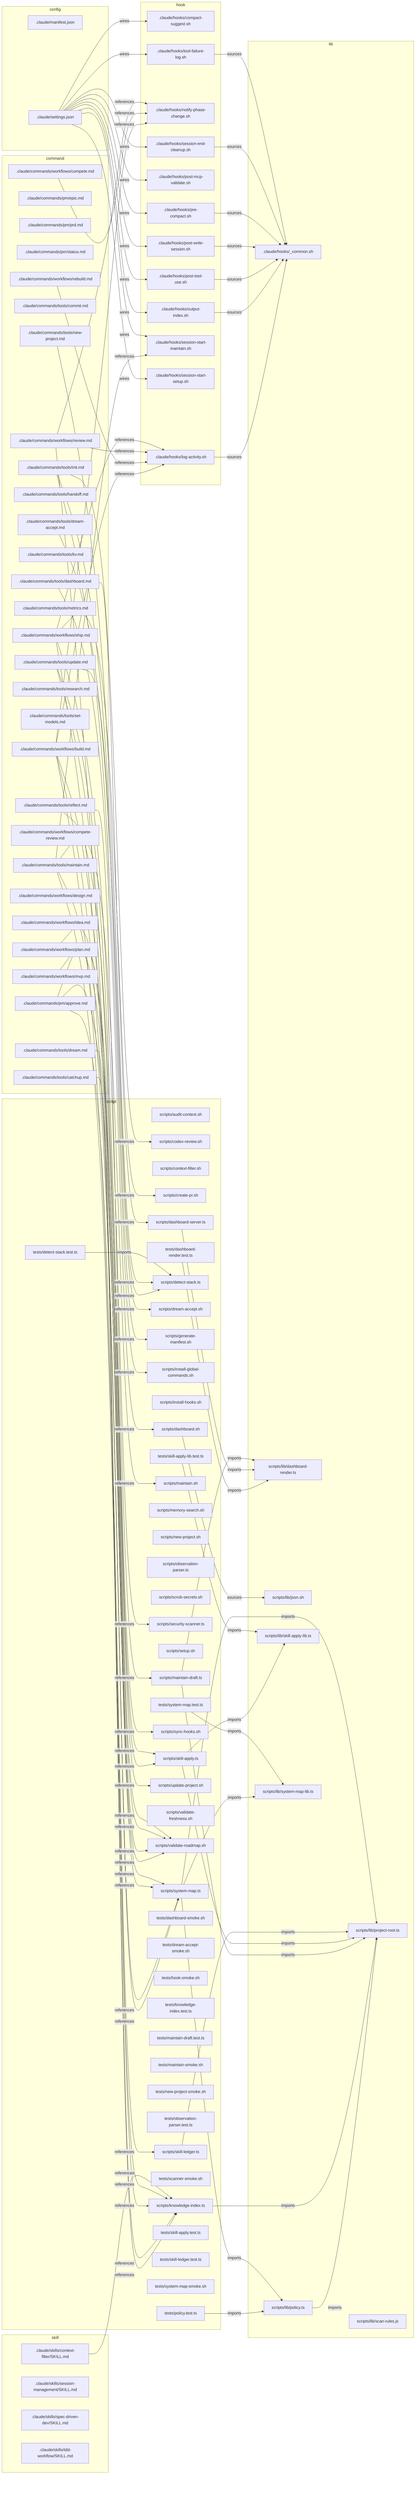
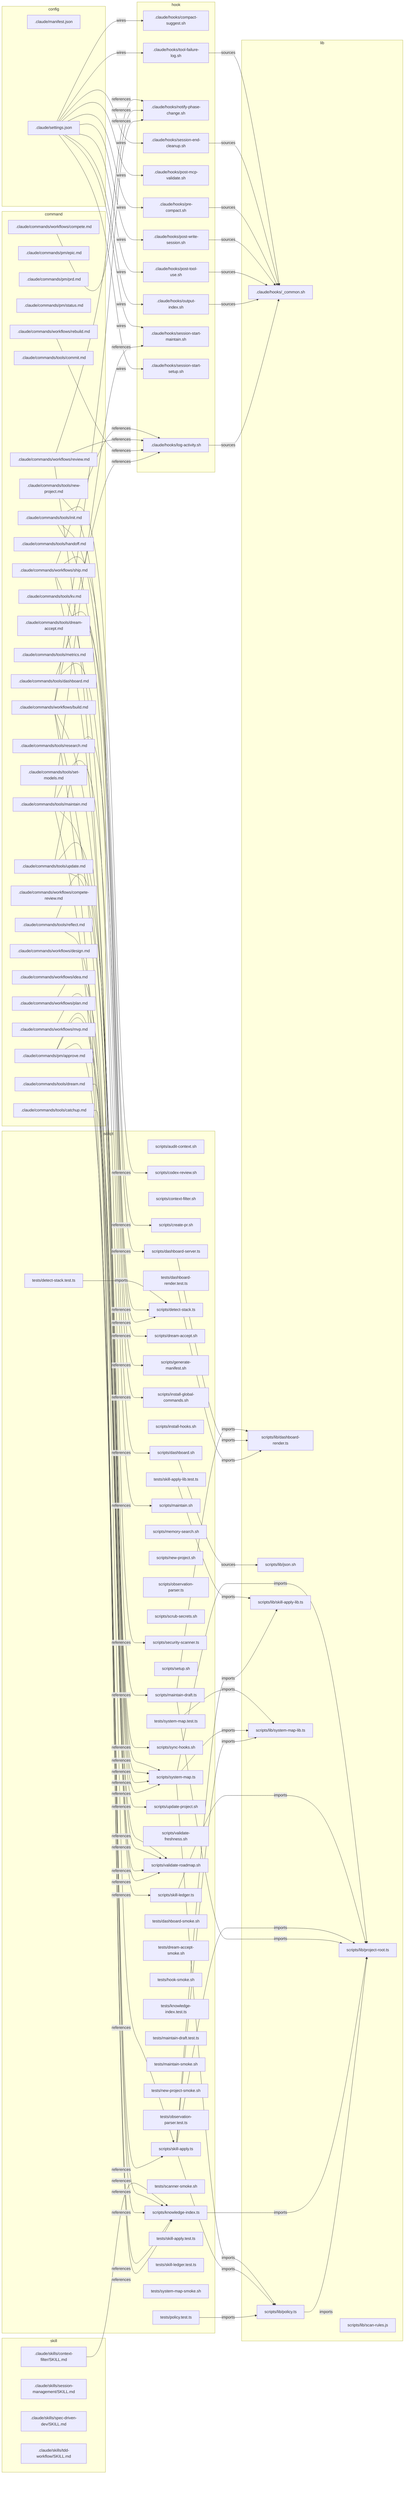
flowchart LR
  subgraph command
    c_pm_approve[".claude/commands/pm/approve.md"]
    c_pm_epic[".claude/commands/pm/epic.md"]
    c_pm_prd[".claude/commands/pm/prd.md"]
    c_pm_status[".claude/commands/pm/status.md"]
    c_tools_catchup[".claude/commands/tools/catchup.md"]
    c_tools_commit[".claude/commands/tools/commit.md"]
    c_tools_dashboard[".claude/commands/tools/dashboard.md"]
    c_tools_dream_accept[".claude/commands/tools/dream-accept.md"]
    c_tools_dream[".claude/commands/tools/dream.md"]
    c_tools_handoff[".claude/commands/tools/handoff.md"]
    c_tools_init[".claude/commands/tools/init.md"]
    c_tools_kv[".claude/commands/tools/kv.md"]
    c_tools_maintain[".claude/commands/tools/maintain.md"]
    c_tools_metrics[".claude/commands/tools/metrics.md"]
    c_tools_new_project[".claude/commands/tools/new-project.md"]
    c_tools_reflect[".claude/commands/tools/reflect.md"]
    c_tools_research[".claude/commands/tools/research.md"]
    c_tools_set_models[".claude/commands/tools/set-models.md"]
    c_tools_update[".claude/commands/tools/update.md"]
    c_workflows_build[".claude/commands/workflows/build.md"]
    c_workflows_compete_review[".claude/commands/workflows/compete-review.md"]
    c_workflows_compete[".claude/commands/workflows/compete.md"]
    c_workflows_design[".claude/commands/workflows/design.md"]
    c_workflows_idea[".claude/commands/workflows/idea.md"]
    c_workflows_mvp[".claude/commands/workflows/mvp.md"]
    c_workflows_plan[".claude/commands/workflows/plan.md"]
    c_workflows_rebuild[".claude/commands/workflows/rebuild.md"]
    c_workflows_review[".claude/commands/workflows/review.md"]
    c_workflows_ship[".claude/commands/workflows/ship.md"]
  end
  subgraph config
    cfg_manifest[".claude/manifest.json"]
    cfg_settings[".claude/settings.json"]
  end
  subgraph hook
    h_compact_suggest[".claude/hooks/compact-suggest.sh"]
    h_log_activity[".claude/hooks/log-activity.sh"]
    h_notify_phase_change[".claude/hooks/notify-phase-change.sh"]
    h_output_index[".claude/hooks/output-index.sh"]
    h_post_mcp_validate[".claude/hooks/post-mcp-validate.sh"]
    h_post_tool_use[".claude/hooks/post-tool-use.sh"]
    h_post_write_session[".claude/hooks/post-write-session.sh"]
    h_pre_compact[".claude/hooks/pre-compact.sh"]
    h_session_end_cleanup[".claude/hooks/session-end-cleanup.sh"]
    h_session_start_maintain[".claude/hooks/session-start-maintain.sh"]
    h_session_start_setup[".claude/hooks/session-start-setup.sh"]
    h_tool_failure_log[".claude/hooks/tool-failure-log.sh"]
  end
  subgraph lib
    l_common[".claude/hooks/_common.sh"]
    l_dashboard_render["scripts/lib/dashboard-render.ts"]
    l_json["scripts/lib/json.sh"]
    l_policy["scripts/lib/policy.ts"]
    l_project_root["scripts/lib/project-root.ts"]
    l_scan_rules["scripts/lib/scan-rules.js"]
    l_skill_apply_lib["scripts/lib/skill-apply-lib.ts"]
    l_system_map_lib["scripts/lib/system-map-lib.ts"]
  end
  subgraph script
    s_audit_context["scripts/audit-context.sh"]
    s_codex_review["scripts/codex-review.sh"]
    s_context_filter["scripts/context-filter.sh"]
    s_create_pr["scripts/create-pr.sh"]
    s_dashboard_server["scripts/dashboard-server.ts"]
    s_dashboard["scripts/dashboard.sh"]
    s_detect_stack["scripts/detect-stack.ts"]
    s_dream_accept["scripts/dream-accept.sh"]
    s_generate_manifest["scripts/generate-manifest.sh"]
    s_install_global_commands["scripts/install-global-commands.sh"]
    s_install_hooks["scripts/install-hooks.sh"]
    s_knowledge_index["scripts/knowledge-index.ts"]
    s_maintain_draft["scripts/maintain-draft.ts"]
    s_maintain["scripts/maintain.sh"]
    s_memory_search["scripts/memory-search.sh"]
    s_new_project["scripts/new-project.sh"]
    s_observation_parser["scripts/observation-parser.ts"]
    s_scrub_secrets["scripts/scrub-secrets.sh"]
    s_security_scanner["scripts/security-scanner.ts"]
    s_setup["scripts/setup.sh"]
    s_skill_apply["scripts/skill-apply.ts"]
    s_skill_ledger["scripts/skill-ledger.ts"]
    s_sync_hooks["scripts/sync-hooks.sh"]
    s_system_map["scripts/system-map.ts"]
    s_update_project["scripts/update-project.sh"]
    s_validate_freshness["scripts/validate-freshness.sh"]
    s_validate_roadmap["scripts/validate-roadmap.sh"]
    s_dashboard_render_test["tests/dashboard-render.test.ts"]
    s_dashboard_smoke["tests/dashboard-smoke.sh"]
    s_detect_stack_test["tests/detect-stack.test.ts"]
    s_dream_accept_smoke["tests/dream-accept-smoke.sh"]
    s_hook_smoke["tests/hook-smoke.sh"]
    s_knowledge_index_test["tests/knowledge-index.test.ts"]
    s_maintain_draft_test["tests/maintain-draft.test.ts"]
    s_maintain_smoke["tests/maintain-smoke.sh"]
    s_new_project_smoke["tests/new-project-smoke.sh"]
    s_observation_parser_test["tests/observation-parser.test.ts"]
    s_policy_test["tests/policy.test.ts"]
    s_scanner_smoke["tests/scanner-smoke.sh"]
    s_skill_apply_lib_test["tests/skill-apply-lib.test.ts"]
    s_skill_apply_test["tests/skill-apply.test.ts"]
    s_skill_ledger_test["tests/skill-ledger.test.ts"]
    s_system_map_smoke["tests/system-map-smoke.sh"]
    s_system_map_test["tests/system-map.test.ts"]
  end
  subgraph skill
    sk_context_filter_skill[".claude/skills/context-filter/SKILL.md"]
    sk_session_management_skill[".claude/skills/session-management/SKILL.md"]
    sk_spec_driven_dev_skill[".claude/skills/spec-driven-dev/SKILL.md"]
    sk_tdd_workflow_skill[".claude/skills/tdd-workflow/SKILL.md"]
  end
  c_pm_approve -->|references| s_skill_apply
  c_pm_approve -->|references| s_skill_ledger
  c_pm_approve -->|references| s_validate_roadmap
  c_tools_catchup -->|references| s_knowledge_index
  c_tools_dashboard -->|references| s_dashboard
  c_tools_dashboard -->|references| s_dashboard_server
  c_tools_dream -->|references| s_knowledge_index
  c_tools_dream_accept -->|references| s_dream_accept
  c_tools_init -->|references| s_codex_review
  c_tools_init -->|references| s_detect_stack
  c_tools_init -->|references| s_install_global_commands
  c_tools_maintain -->|references| h_session_start_maintain
  c_tools_maintain -->|references| s_knowledge_index
  c_tools_maintain -->|references| s_maintain
  c_tools_maintain -->|references| s_system_map
  c_tools_new_project -->|references| s_detect_stack
  c_tools_reflect -->|references| s_maintain_draft
  c_tools_reflect -->|references| s_skill_apply
  c_tools_update -->|references| s_generate_manifest
  c_tools_update -->|references| s_sync_hooks
  c_tools_update -->|references| s_update_project
  c_workflows_build -->|references| h_log_activity
  c_workflows_build -->|references| h_notify_phase_change
  c_workflows_build -->|references| s_knowledge_index
  c_workflows_build -->|references| s_system_map
  c_workflows_build -->|references| s_validate_roadmap
  c_workflows_compete -->|references| h_notify_phase_change
  c_workflows_mvp -->|references| s_validate_roadmap
  c_workflows_plan -->|references| s_validate_roadmap
  c_workflows_rebuild -->|references| h_log_activity
  c_workflows_review -->|references| h_log_activity
  c_workflows_review -->|references| h_notify_phase_change
  c_workflows_review -->|references| s_system_map
  c_workflows_ship -->|references| h_log_activity
  c_workflows_ship -->|references| s_create_pr
  c_workflows_ship -->|references| s_security_scanner
  c_workflows_ship -->|references| s_system_map
  cfg_settings -->|wires| h_compact_suggest
  cfg_settings -->|wires| h_output_index
  cfg_settings -->|wires| h_post_mcp_validate
  cfg_settings -->|wires| h_post_tool_use
  cfg_settings -->|wires| h_post_write_session
  cfg_settings -->|wires| h_pre_compact
  cfg_settings -->|wires| h_session_end_cleanup
  cfg_settings -->|wires| h_session_start_maintain
  cfg_settings -->|wires| h_session_start_setup
  cfg_settings -->|wires| h_tool_failure_log
  h_log_activity -->|sources| l_common
  h_output_index -->|sources| l_common
  h_post_tool_use -->|sources| l_common
  h_post_write_session -->|sources| l_common
  h_pre_compact -->|sources| l_common
  h_session_end_cleanup -->|sources| l_common
  h_tool_failure_log -->|sources| l_common
  l_policy -->|imports| l_project_root
  s_dashboard -->|sources| l_json
  s_dashboard_render_test -->|imports| l_dashboard_render
  s_dashboard_server -->|imports| l_dashboard_render
  s_detect_stack_test -->|imports| s_detect_stack
  s_knowledge_index -->|imports| l_project_root
  s_maintain_draft -->|imports| l_dashboard_render
  s_maintain_draft -->|imports| l_project_root
  s_policy_test -->|imports| l_policy
+   s_skill_apply -->|imports| l_policy
  s_skill_apply -->|imports| l_project_root
  s_skill_apply -->|imports| l_skill_apply_lib
+   s_skill_apply -->|imports| l_system_map_lib
  s_skill_apply_lib_test -->|imports| l_skill_apply_lib
  s_skill_ledger -->|imports| l_project_root
  s_system_map -->|imports| l_policy
  s_system_map -->|imports| l_project_root
  s_system_map -->|imports| l_system_map_lib
  s_system_map_test -->|imports| l_system_map_lib
  sk_context_filter_skill -->|references| s_knowledge_index
